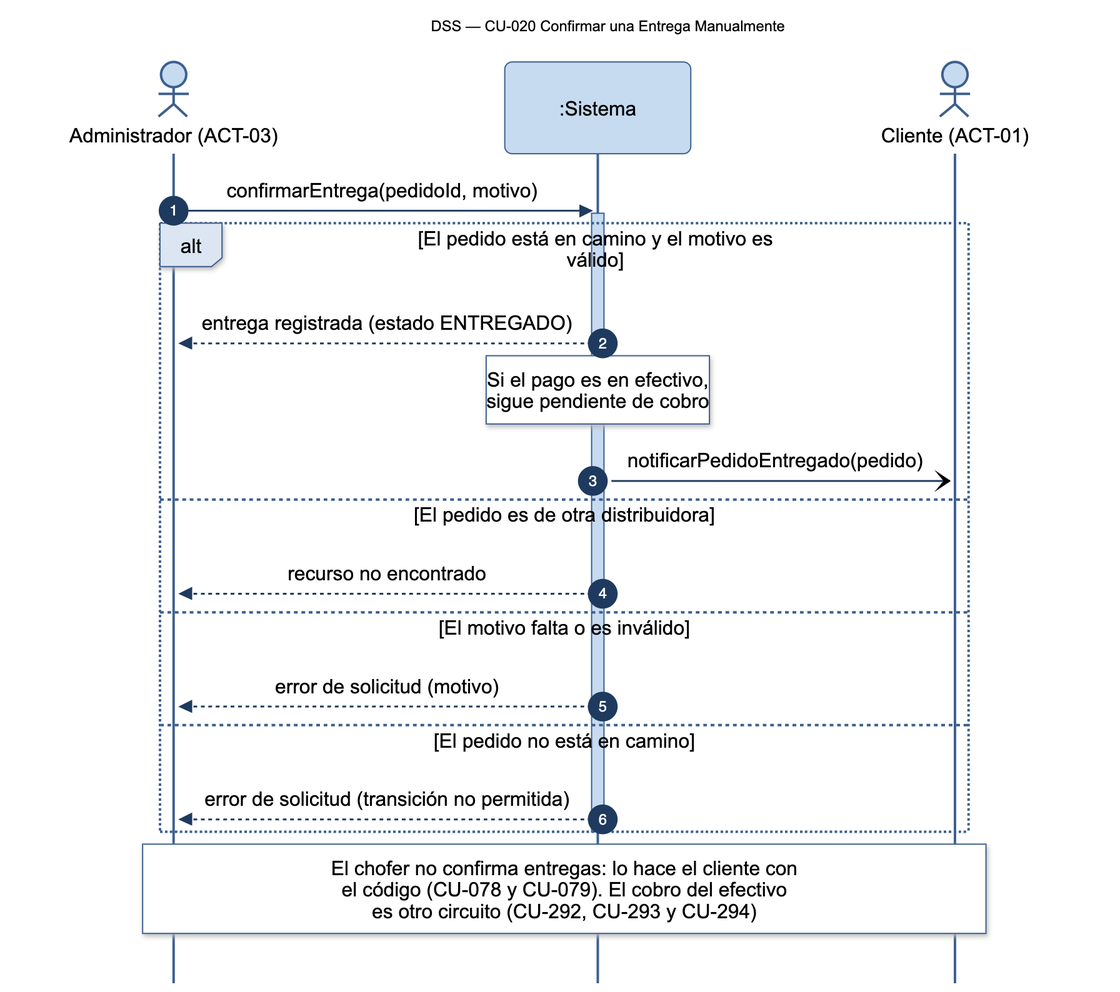
Before: diagramas/png/DSS_CU-020_Confirmar-una-Entrega-Manualmente.png, a diagram exported from Mermaid (Nahuelito-Dev/splg-docs). Its source is kept beside it as diagramas/DSS_CU-020_Confirmar-una-Entrega-Manualmente.mmd. The source it was exported from:
```mermaid
sequenceDiagram
    title DSS — CU-020 Confirmar una Entrega Manualmente
    autonumber
    actor ADM as Administrador (ACT-03)
    participant SIS as :Sistema
    actor CLI as Cliente (ACT-01)

    ADM->>SIS: confirmarEntrega(pedidoId, motivo)
    activate SIS
    alt El pedido está en camino y el motivo es válido
        SIS-->>ADM: entrega registrada (estado ENTREGADO)
        Note over SIS: Si el pago es en efectivo,<br/>sigue pendiente de cobro
        SIS-)CLI: notificarPedidoEntregado(pedido)
    else El pedido es de otra distribuidora
        SIS-->>ADM: recurso no encontrado
    else El motivo falta o es inválido
        SIS-->>ADM: error de solicitud (motivo)
    else El pedido no está en camino
        SIS-->>ADM: error de solicitud (transición no permitida)
    end
    deactivate SIS
    Note over ADM,CLI: El chofer no confirma entregas: lo hace el cliente con<br/>el código (CU-078 y CU-079). El cobro del efectivo<br/>es otro circuito (CU-292, CU-293 y CU-294)
```
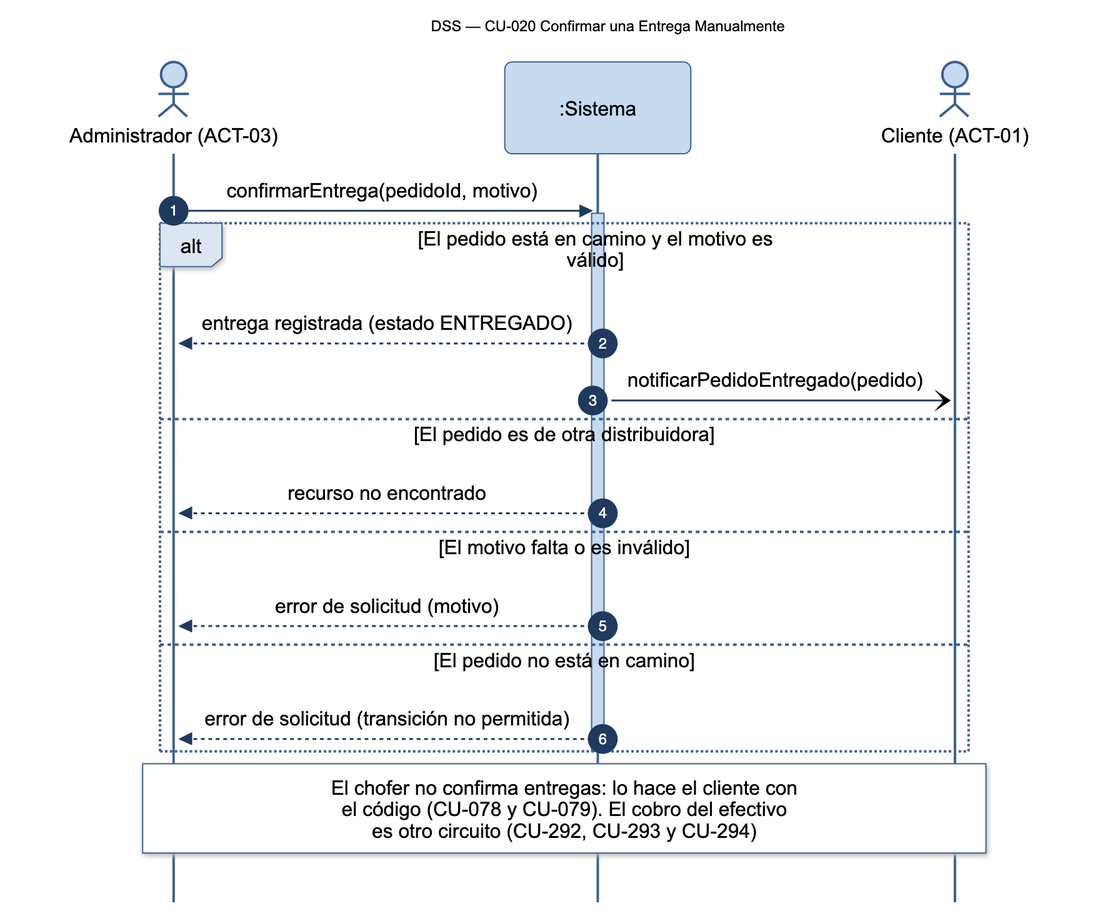
Later version of the same file.

Diff of the diagram source:
```diff
@@ -9,7 +9,6 @@
     activate SIS
     alt El pedido está en camino y el motivo es válido
         SIS-->>ADM: entrega registrada (estado ENTREGADO)
-        Note over SIS: Si el pago es en efectivo,<br/>sigue pendiente de cobro
         SIS-)CLI: notificarPedidoEntregado(pedido)
     else El pedido es de otra distribuidora
         SIS-->>ADM: recurso no encontrado
```
